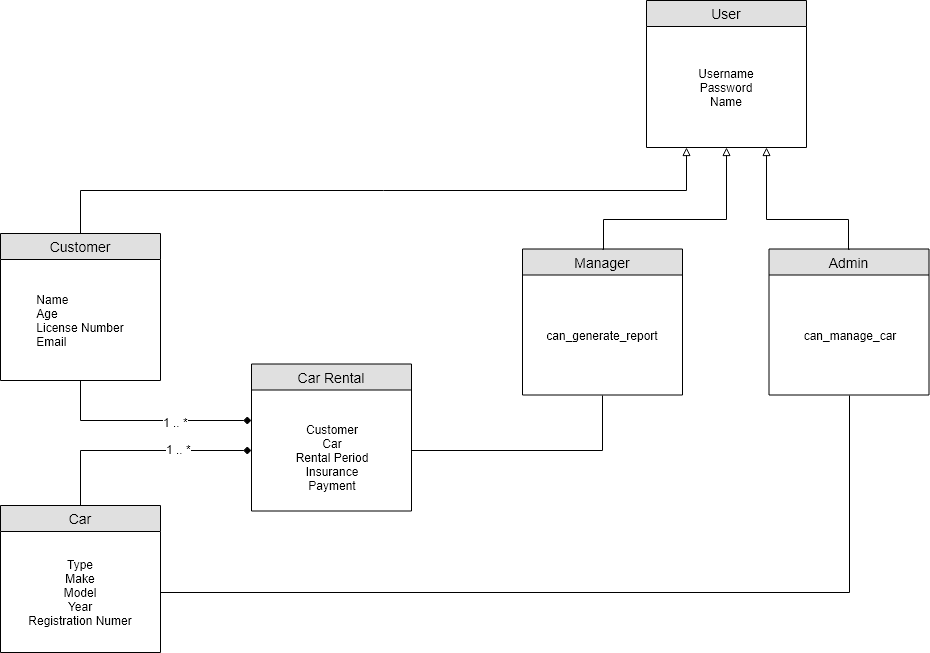
Above: blog/__hugo/static/post/lab03_04/class-diagram.drawio.png in featherbear/UNSW-COMP1531 (draw.io), before the change. Source tidied: cells renumbered, new cells last; positions are measured from the earlier drawing's top-left corner, leaving out a move shared by most shapes.
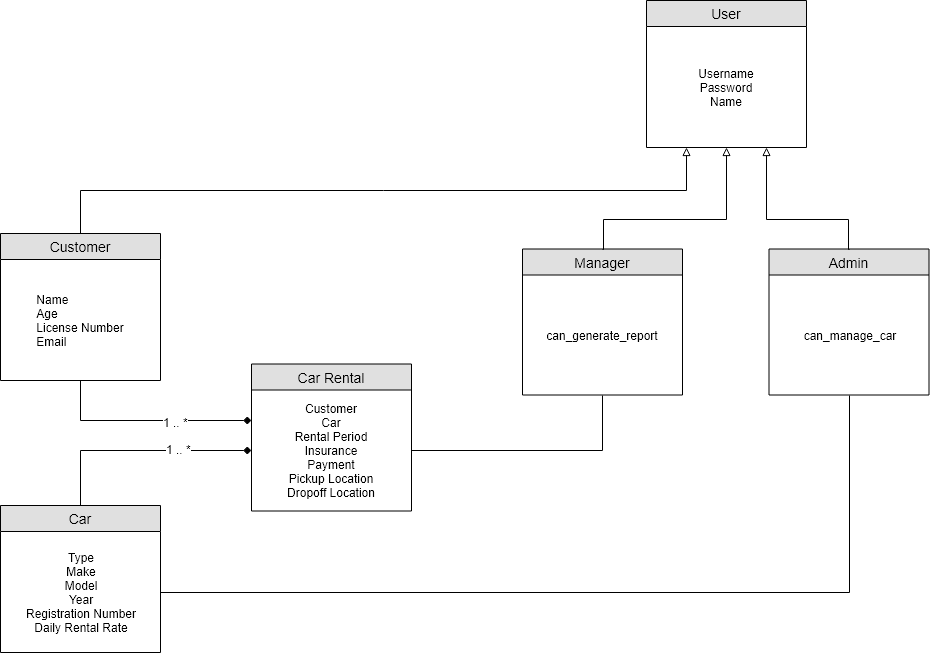
Above is the later version.

Commit message:
Add extra stuff to the lab03_04 diagram

Diff of the diagram source:
```diff
@@ -8,7 +8,7 @@
     <mxCell id="3" value="Car" style="swimlane;fontStyle=0;horizontal=1;startSize=26;fillColor=#e0e0e0;swimlaneFillColor=#ffffff;align=center;fontSize=14;" parent="2" vertex="1">
       <mxGeometry width="160" height="147" as="geometry" />
     </mxCell>
-    <mxCell id="4" value="&lt;div&gt;Type&lt;/div&gt;&lt;div&gt;Make&lt;/div&gt;&lt;div&gt;Model&lt;/div&gt;&lt;div&gt;Year&lt;/div&gt;&lt;div&gt;Registration Numer&lt;br&gt;&lt;/div&gt;" style="text;html=1;strokeColor=none;fillColor=none;align=center;verticalAlign=middle;whiteSpace=wrap;rounded=0;" parent="3" vertex="1">
+    <mxCell id="4" value="&lt;div&gt;Type&lt;/div&gt;&lt;div&gt;Make&lt;/div&gt;&lt;div&gt;Model&lt;/div&gt;&lt;div&gt;Year&lt;/div&gt;&lt;div&gt;Registration Number&lt;br&gt;Daily Rental Rate&lt;/div&gt;" style="text;html=1;strokeColor=none;fillColor=none;align=center;verticalAlign=middle;whiteSpace=wrap;rounded=0;" parent="3" vertex="1">
       <mxGeometry y="26" width="160" height="121" as="geometry" />
     </mxCell>
     <mxCell id="5" style="group;" parent="1" vertex="1">
@@ -53,7 +53,7 @@
     <mxCell id="18" value="Car Rental" style="swimlane;fontStyle=0;horizontal=1;startSize=26;fillColor=#e0e0e0;swimlaneFillColor=#ffffff;align=center;fontSize=14;" parent="17" vertex="1">
       <mxGeometry width="160" height="147" as="geometry" />
     </mxCell>
-    <mxCell id="19" value="&lt;div&gt;&lt;br&gt;&lt;/div&gt;&lt;div&gt;Customer&lt;br&gt;&lt;/div&gt;&lt;div&gt;Car&lt;/div&gt;&lt;div&gt;Rental Period&lt;/div&gt;&lt;div&gt;Insurance&lt;/div&gt;&lt;div&gt;Payment&lt;br&gt;&lt;/div&gt;" style="text;html=1;strokeColor=none;fillColor=none;align=center;verticalAlign=middle;whiteSpace=wrap;rounded=0;" parent="18" vertex="1">
+    <mxCell id="19" value="&lt;div&gt;&lt;br&gt;&lt;/div&gt;&lt;div&gt;Customer&lt;br&gt;&lt;/div&gt;&lt;div&gt;Car&lt;/div&gt;&lt;div&gt;Rental Period&lt;/div&gt;&lt;div&gt;Insurance&lt;/div&gt;&lt;div&gt;Payment&lt;br&gt;&lt;/div&gt;&lt;div&gt;Pickup Location&lt;/div&gt;&lt;div&gt;Dropoff Location&lt;/div&gt;&lt;div&gt;&lt;br&gt;&lt;/div&gt;" style="text;html=1;strokeColor=none;fillColor=none;align=center;verticalAlign=middle;whiteSpace=wrap;rounded=0;" parent="18" vertex="1">
       <mxGeometry y="26" width="160" height="121" as="geometry" />
     </mxCell>
     <mxCell id="20" style="edgeStyle=orthogonalEdgeStyle;rounded=0;jettySize=auto;html=1;exitX=0.5;exitY=1;exitDx=0;exitDy=0;entryX=0;entryY=0.25;entryDx=0;entryDy=0;endArrow=diamond;endFill=1;" parent="1" edge="1" source="6" target="19">
```
